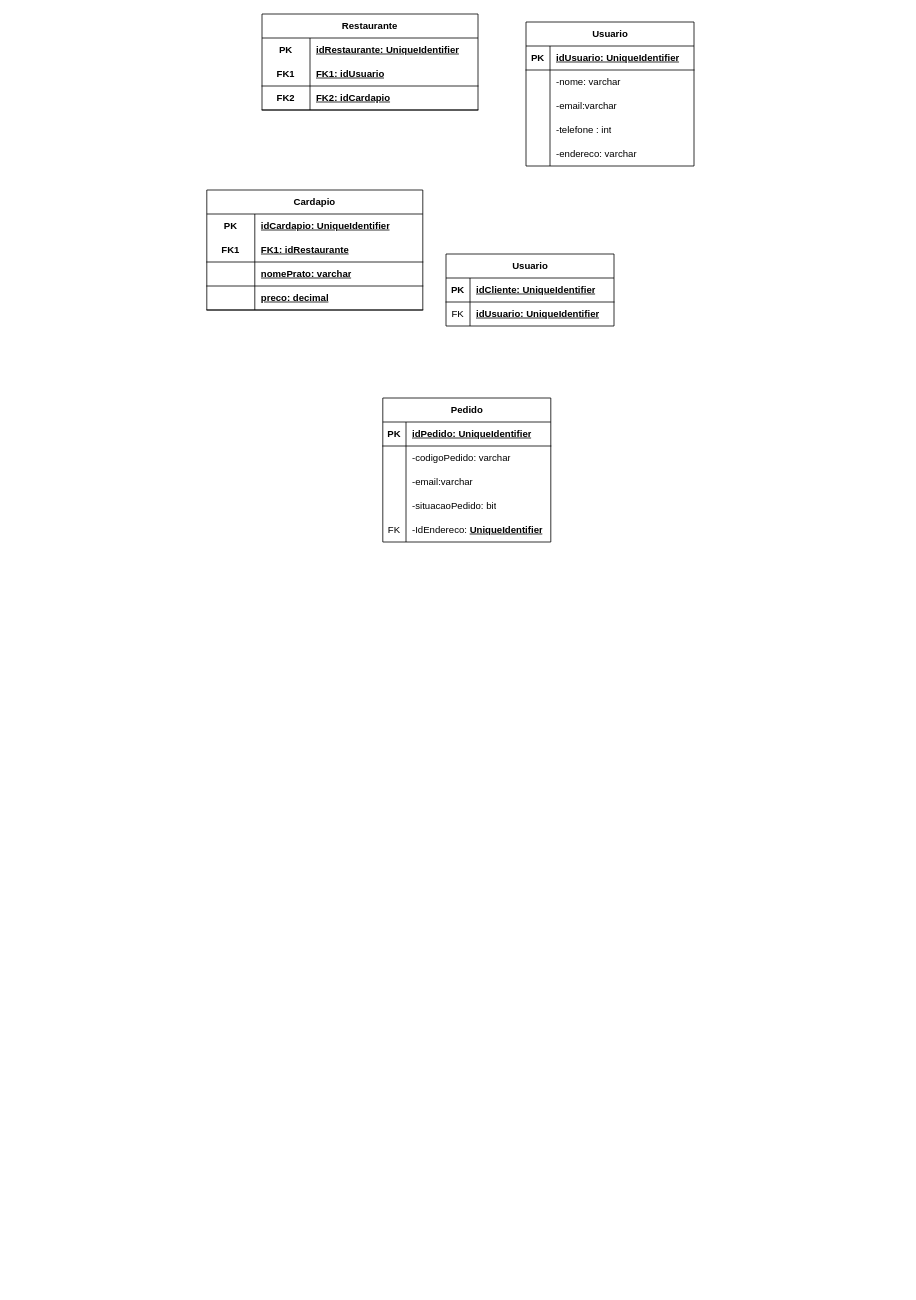
Earlier version of the draw.io diagram diagramaBancoDeDados.drawio (matheuslima15lima/DiagramasRequisitos). Source tidied: cells renumbered, new cells numbered last; positions are measured from the earlier drawing's top-left corner, leaving out a move shared by most shapes. Both pictures are drawn from the tidied source at 80%, with x=0, y=0 at pixel (206, 14).
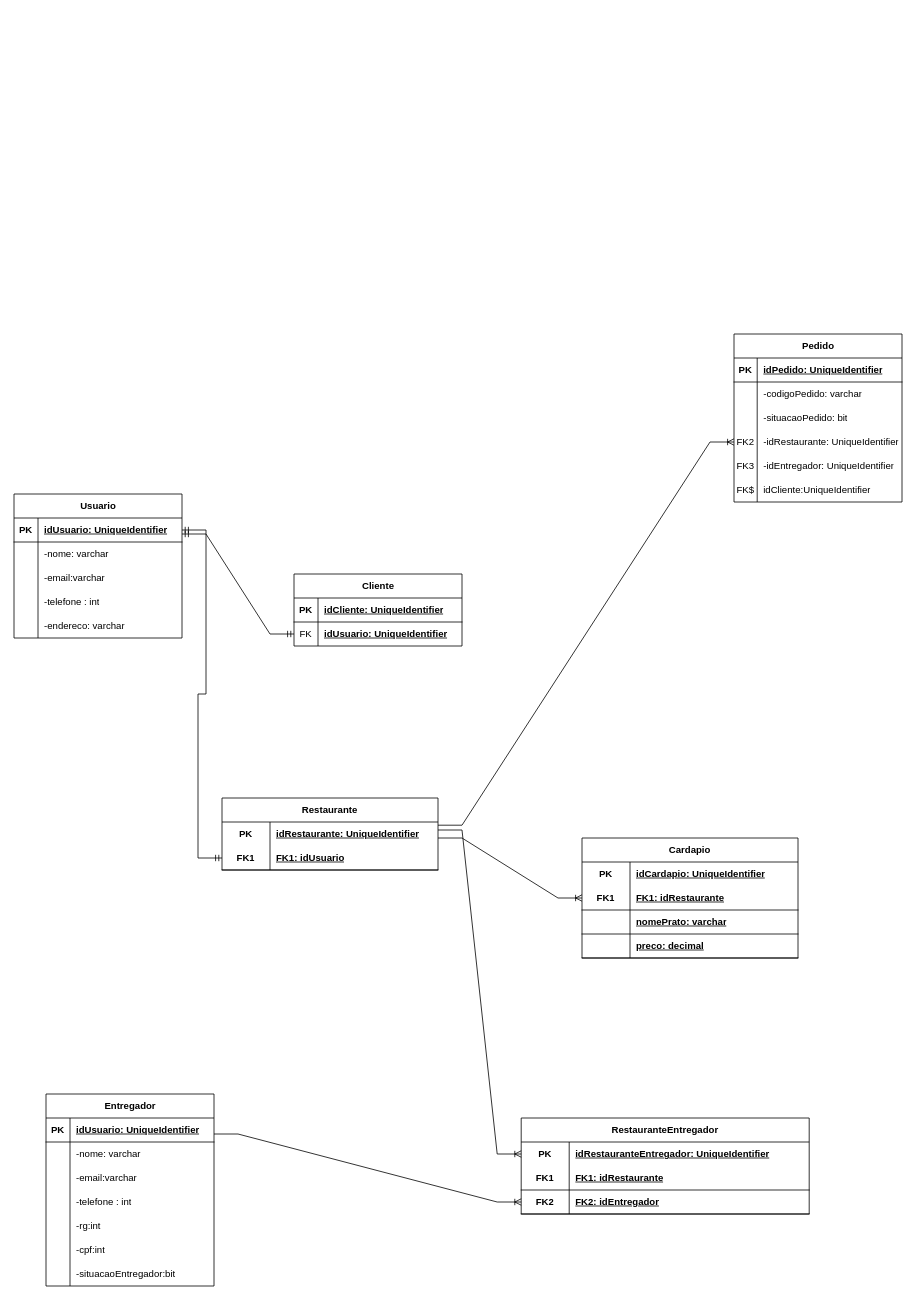
The same page after the edit.

Commit message (it also covers changes not shown here):
terminando o diagrama de entidade relacionameto

Unchanged cells that the change refers to:
```xml
<mxCell id="3" style="shape=tableRow;horizontal=0;startSize=0;swimlaneHead=0;swimlaneBody=0;fillColor=none;points=[[0,0.5],[1,0.5]];portConstraint=eastwest;top=0;left=0;right=0;bottom=1;" parent="2" vertex="1">
  <mxGeometry y="30" width="210" height="30" as="geometry" />
</mxCell>
<mxCell id="22" style="shape=tableRow;horizontal=0;startSize=0;swimlaneHead=0;swimlaneBody=0;fillColor=none;points=[[0,0.5],[1,0.5]];portConstraint=eastwest;top=0;left=0;right=0;bottom=1;html=1;" parent="18" vertex="1">
  <mxGeometry y="60" width="270" height="30" as="geometry" />
</mxCell>
<mxCell id="32" style="shape=tableRow;horizontal=0;startSize=0;swimlaneHead=0;swimlaneBody=0;fillColor=none;points=[[0,0.5],[1,0.5]];portConstraint=eastwest;top=0;left=0;right=0;bottom=0;" parent="28" vertex="1">
  <mxGeometry y="60" width="210" height="30" as="geometry" />
</mxCell>
<mxCell id="39" style="shape=tableRow;horizontal=0;startSize=0;swimlaneHead=0;swimlaneBody=0;fillColor=none;points=[[0,0.5],[1,0.5]];portConstraint=eastwest;top=0;left=0;right=0;bottom=1;html=1;" parent="35" vertex="1">
  <mxGeometry y="60" width="270" height="30" as="geometry" />
</mxCell>
```

What changed in the source:
```diff
@@
     <mxCell id="2" value="Usuario" style="shape=table;startSize=30;childLayout=tableLayout;rowLines=0;fontStyle=1;align=center;html=1;" parent="1" vertex="1">
-      <mxGeometry x="399" y="10" width="210" height="180" as="geometry" />
+      <mxGeometry x="-241" y="600" width="210" height="180" as="geometry" />
     </mxCell>
@@
     <mxCell id="18" value="Restaurante" style="shape=table;startSize=30;childLayout=tableLayout;rowLines=0;fontStyle=1;align=center;html=1;whiteSpace=wrap;" parent="1" vertex="1">
-      <mxGeometry x="69" width="270" height="120" as="geometry" />
+      <mxGeometry x="19" y="980" width="270" height="90" as="geometry" />
     </mxCell>
@@
-    <mxCell id="25" style="shape=tableRow;horizontal=0;startSize=0;swimlaneHead=0;swimlaneBody=0;fillColor=none;top=0;left=0;right=0;bottom=1;html=1;" parent="18" vertex="1">
-      <mxGeometry y="90" width="270" height="30" as="geometry" />
-    </mxCell>
-    <mxCell id="26" value="FK2" style="shape=partialRectangle;fillColor=none;top=0;left=0;bottom=0;right=0;fontStyle=1;overflow=hidden;html=1;whiteSpace=wrap;" parent="25" vertex="1">
-      <mxGeometry width="60" height="30" as="geometry" />
-    </mxCell>
-    <mxCell id="27" value="FK2: idCardapio" style="shape=partialRectangle;fillColor=none;top=0;left=0;bottom=0;right=0;align=left;spacingLeft=6;fontStyle=5;overflow=hidden;html=1;whiteSpace=wrap;" parent="25" vertex="1">
-      <mxGeometry x="60" width="210" height="30" as="geometry" />
-    </mxCell>
-    <mxCell id="28" value="Usuario" style="shape=table;startSize=30;childLayout=tableLayout;rowLines=0;fontStyle=1;align=center;html=1;" parent="1" vertex="1">
-      <mxGeometry x="299" y="300" width="210" height="90" as="geometry" />
+    <mxCell id="28" value="Cliente" style="shape=table;startSize=30;childLayout=tableLayout;rowLines=0;fontStyle=1;align=center;html=1;" parent="1" vertex="1">
+      <mxGeometry x="109" y="700" width="210" height="90" as="geometry" />
     </mxCell>
@@
     <mxCell id="35" value="Cardapio" style="shape=table;startSize=30;childLayout=tableLayout;rowLines=0;fontStyle=1;align=center;html=1;whiteSpace=wrap;" parent="1" vertex="1">
-      <mxGeometry y="220" width="270" height="150" as="geometry" />
+      <mxGeometry x="469" y="1030" width="270" height="150" as="geometry" />
     </mxCell>
@@
     <mxCell id="48" value="Pedido" style="shape=table;startSize=30;childLayout=tableLayout;rowLines=0;fontStyle=1;align=center;html=1;" parent="1" vertex="1">
-      <mxGeometry x="220" y="480" width="210" height="180" as="geometry" />
+      <mxGeometry x="659" y="400" width="210" height="210" as="geometry" />
     </mxCell>
@@
-    <mxCell id="55" style="shape=tableRow;horizontal=0;startSize=0;swimlaneHead=0;swimlaneBody=0;fillColor=none;top=0;left=0;right=0;bottom=0;" parent="48" vertex="1">
-      <mxGeometry y="90" width="210" height="30" as="geometry" />
-    </mxCell>
-    <mxCell id="56" style="shape=partialRectangle;fillColor=none;top=0;left=0;bottom=0;right=0;overflow=hidden;whiteSpace=wrap;html=1;" parent="55" vertex="1">
-      <mxGeometry width="29" height="30" as="geometry" />
-    </mxCell>
-    <mxCell id="57" value="-email:varchar" style="shape=partialRectangle;fillColor=none;top=0;left=0;bottom=0;right=0;align=left;spacingLeft=6;overflow=hidden;whiteSpace=wrap;html=1;" parent="55" vertex="1">
-      <mxGeometry x="29" width="181" height="30" as="geometry" />
-    </mxCell>
     <mxCell id="58" style="shape=tableRow;horizontal=0;startSize=0;swimlaneHead=0;swimlaneBody=0;fillColor=none;top=0;left=0;right=0;bottom=0;" parent="48" vertex="1">
-      <mxGeometry y="120" width="210" height="30" as="geometry" />
+      <mxGeometry y="90" width="210" height="30" as="geometry" />
     </mxCell>
@@
-    <mxCell id="61" style="shape=tableRow;horizontal=0;startSize=0;swimlaneHead=0;swimlaneBody=0;fillColor=none;top=0;left=0;right=0;bottom=0;" parent="48" vertex="1">
-      <mxGeometry y="150" width="210" height="30" as="geometry" />
-    </mxCell>
-    <mxCell id="62" value="FK" style="shape=partialRectangle;fillColor=none;top=0;left=0;bottom=0;right=0;overflow=hidden;whiteSpace=wrap;html=1;" parent="61" vertex="1">
-      <mxGeometry width="29" height="30" as="geometry" />
-    </mxCell>
-    <mxCell id="63" value="-IdEndereco:&amp;nbsp;&lt;span style=&quot;font-weight: 700; text-decoration-line: underline;&quot;&gt;UniqueIdentifier&lt;/span&gt;" style="shape=partialRectangle;fillColor=none;top=0;left=0;bottom=0;right=0;align=left;spacingLeft=6;overflow=hidden;whiteSpace=wrap;html=1;" parent="61" vertex="1">
-      <mxGeometry x="29" width="181" height="30" as="geometry" />
-    </mxCell>
+    <mxCell id="64" style="shape=tableRow;horizontal=0;startSize=0;swimlaneHead=0;swimlaneBody=0;fillColor=none;points=[[0,0.5],[1,0.5]];portConstraint=eastwest;top=0;left=0;right=0;bottom=0;" parent="48" vertex="1">
+      <mxGeometry y="120" width="210" height="30" as="geometry" />
+    </mxCell>
+    <mxCell id="65" value="FK2" style="shape=partialRectangle;fillColor=none;top=0;left=0;bottom=0;right=0;overflow=hidden;whiteSpace=wrap;html=1;" parent="64" vertex="1">
+      <mxGeometry width="29" height="30" as="geometry" />
+    </mxCell>
+    <mxCell id="66" value="-idRestaurante: UniqueIdentifier" style="shape=partialRectangle;fillColor=none;top=0;left=0;bottom=0;right=0;align=left;spacingLeft=6;overflow=hidden;whiteSpace=wrap;html=1;" parent="64" vertex="1">
+      <mxGeometry x="29" width="181" height="30" as="geometry" />
+    </mxCell>
+    <mxCell id="67" style="shape=tableRow;horizontal=0;startSize=0;swimlaneHead=0;swimlaneBody=0;fillColor=none;top=0;left=0;right=0;bottom=0;" parent="48" vertex="1">
+      <mxGeometry y="150" width="210" height="30" as="geometry" />
+    </mxCell>
+    <mxCell id="68" value="FK3" style="shape=partialRectangle;fillColor=none;top=0;left=0;bottom=0;right=0;overflow=hidden;whiteSpace=wrap;html=1;" parent="67" vertex="1">
+      <mxGeometry width="29" height="30" as="geometry" />
+    </mxCell>
+    <mxCell id="69" value="-idEntregador: UniqueIdentifier" style="shape=partialRectangle;fillColor=none;top=0;left=0;bottom=0;right=0;align=left;spacingLeft=6;overflow=hidden;whiteSpace=wrap;html=1;" parent="67" vertex="1">
+      <mxGeometry x="29" width="181" height="30" as="geometry" />
+    </mxCell>
+    <mxCell id="70" style="shape=tableRow;horizontal=0;startSize=0;swimlaneHead=0;swimlaneBody=0;fillColor=none;top=0;left=0;right=0;bottom=0;" parent="48" vertex="1">
+      <mxGeometry y="180" width="210" height="30" as="geometry" />
+    </mxCell>
+    <mxCell id="71" value="FK$" style="shape=partialRectangle;fillColor=none;top=0;left=0;bottom=0;right=0;overflow=hidden;whiteSpace=wrap;html=1;" parent="70" vertex="1">
+      <mxGeometry width="29" height="30" as="geometry" />
+    </mxCell>
+    <mxCell id="72" value="idCliente:UniqueIdentifier" style="shape=partialRectangle;fillColor=none;top=0;left=0;bottom=0;right=0;align=left;spacingLeft=6;overflow=hidden;whiteSpace=wrap;html=1;" parent="70" vertex="1">
+      <mxGeometry x="29" width="181" height="30" as="geometry" />
+    </mxCell>
+    <mxCell id="73" value="RestauranteEntregador" style="shape=table;startSize=30;childLayout=tableLayout;rowLines=0;fontStyle=1;align=center;html=1;whiteSpace=wrap;" parent="1" vertex="1">
+      <mxGeometry x="393" y="1380" width="360" height="120" as="geometry" />
+    </mxCell>
+    <mxCell id="74" style="shape=tableRow;horizontal=0;startSize=0;swimlaneHead=0;swimlaneBody=0;fillColor=none;points=[[0,0.5],[1,0.5]];portConstraint=eastwest;top=0;left=0;right=0;bottom=0;html=1;" parent="73" vertex="1">
+      <mxGeometry y="30" width="360" height="30" as="geometry" />
+    </mxCell>
+    <mxCell id="75" value="PK" style="shape=partialRectangle;fillColor=none;top=0;left=0;bottom=0;right=0;fontStyle=1;overflow=hidden;html=1;whiteSpace=wrap;" parent="74" vertex="1">
+      <mxGeometry width="60" height="30" as="geometry" />
+    </mxCell>
+    <mxCell id="76" value="idRestauranteEntregador: UniqueIdentifier" style="shape=partialRectangle;fillColor=none;top=0;left=0;bottom=0;right=0;align=left;spacingLeft=6;fontStyle=5;overflow=hidden;html=1;whiteSpace=wrap;" parent="74" vertex="1">
+      <mxGeometry x="60" width="300" height="30" as="geometry" />
+    </mxCell>
+    <mxCell id="77" style="shape=tableRow;horizontal=0;startSize=0;swimlaneHead=0;swimlaneBody=0;fillColor=none;top=0;left=0;right=0;bottom=1;html=1;" parent="73" vertex="1">
+      <mxGeometry y="60" width="360" height="30" as="geometry" />
+    </mxCell>
+    <mxCell id="78" value="FK1" style="shape=partialRectangle;fillColor=none;top=0;left=0;bottom=0;right=0;fontStyle=1;overflow=hidden;html=1;whiteSpace=wrap;" parent="77" vertex="1">
+      <mxGeometry width="60" height="30" as="geometry" />
+    </mxCell>
+    <mxCell id="79" value="FK1: idRestaurante" style="shape=partialRectangle;fillColor=none;top=0;left=0;bottom=0;right=0;align=left;spacingLeft=6;fontStyle=5;overflow=hidden;html=1;whiteSpace=wrap;" parent="77" vertex="1">
+      <mxGeometry x="60" width="300" height="30" as="geometry" />
+    </mxCell>
+    <mxCell id="80" style="shape=tableRow;horizontal=0;startSize=0;swimlaneHead=0;swimlaneBody=0;fillColor=none;points=[[0,0.5],[1,0.5]];portConstraint=eastwest;top=0;left=0;right=0;bottom=1;html=1;" parent="73" vertex="1">
+      <mxGeometry y="90" width="360" height="30" as="geometry" />
+    </mxCell>
+    <mxCell id="26" value="FK2" style="shape=partialRectangle;fillColor=none;top=0;left=0;bottom=0;right=0;fontStyle=1;overflow=hidden;html=1;whiteSpace=wrap;" parent="80" vertex="1">
+      <mxGeometry width="60" height="30" as="geometry" />
+    </mxCell>
+    <mxCell id="81" value="FK2: idEntregador" style="shape=partialRectangle;fillColor=none;top=0;left=0;bottom=0;right=0;align=left;spacingLeft=6;fontStyle=5;overflow=hidden;html=1;whiteSpace=wrap;" parent="80" vertex="1">
+      <mxGeometry x="60" width="300" height="30" as="geometry" />
+    </mxCell>
+    <mxCell id="82" style="edgeStyle=entityRelationEdgeStyle;fontSize=12;html=1;endArrow=ERmandOne;startArrow=ERmandOne;rounded=0;entryX=0;entryY=0.5;entryDx=0;entryDy=0;" parent="1" edge="1" target="32">
+      <mxGeometry relative="1" as="geometry">
+        <mxPoint x="-31" y="650" as="sourcePoint" />
+        <Array as="points">
+          <mxPoint x="-31" y="1000" />
+          <mxPoint x="109" y="640" />
+          <mxPoint x="79" y="880" />
+          <mxPoint x="39" y="870" />
+        </Array>
+      </mxGeometry>
+    </mxCell>
+    <mxCell id="83" style="edgeStyle=entityRelationEdgeStyle;fontSize=12;html=1;endArrow=ERmandOne;startArrow=ERmandOne;rounded=0;exitX=1;exitY=0.5;exitDx=0;exitDy=0;entryX=0;entryY=0.5;entryDx=0;entryDy=0;" parent="1" edge="1" source="3" target="22">
+      <mxGeometry relative="1" as="geometry">
+        <Array as="points">
+          <mxPoint x="-11" y="630" />
+          <mxPoint x="-21" y="1010" />
+          <mxPoint x="-131" y="370" />
+          <mxPoint x="119" y="650" />
+          <mxPoint x="89" y="890" />
+          <mxPoint x="49" y="880" />
+        </Array>
+      </mxGeometry>
+    </mxCell>
+    <mxCell id="84" style="edgeStyle=entityRelationEdgeStyle;fontSize=12;html=1;endArrow=ERoneToMany;rounded=0;entryX=0;entryY=0.5;entryDx=0;entryDy=0;" parent="1" edge="1" target="39">
+      <mxGeometry relative="1" as="geometry">
+        <mxPoint x="289" y="1030" as="sourcePoint" />
+        <Array as="points">
+          <mxPoint x="369" y="1030" />
+        </Array>
+      </mxGeometry>
+    </mxCell>
+    <mxCell id="85" style="edgeStyle=entityRelationEdgeStyle;fontSize=12;html=1;endArrow=ERoneToMany;rounded=0;entryX=0;entryY=0.5;entryDx=0;entryDy=0;" parent="1" edge="1" target="64">
+      <mxGeometry relative="1" as="geometry">
+        <mxPoint x="289" y="1014" as="sourcePoint" />
+        <Array as="points">
+          <mxPoint x="289" y="994" />
+          <mxPoint x="369" y="1014" />
+        </Array>
+      </mxGeometry>
+    </mxCell>
+    <mxCell id="86" value="Entregador" style="shape=table;startSize=30;childLayout=tableLayout;rowLines=0;fontStyle=1;align=center;html=1;" parent="1" vertex="1">
+      <mxGeometry x="-201" y="1350" width="210" height="240" as="geometry" />
+    </mxCell>
+    <mxCell id="87" style="shape=tableRow;horizontal=0;startSize=0;swimlaneHead=0;swimlaneBody=0;fillColor=none;top=0;left=0;right=0;bottom=1;" parent="86" vertex="1">
+      <mxGeometry y="30" width="210" height="30" as="geometry" />
+    </mxCell>
+    <mxCell id="88" value="PK" style="shape=partialRectangle;fillColor=none;top=0;left=0;bottom=0;right=0;fontStyle=1;overflow=hidden;whiteSpace=wrap;html=1;" parent="87" vertex="1">
+      <mxGeometry width="30" height="30" as="geometry" />
+    </mxCell>
+    <mxCell id="89" value="idUsuario: UniqueIdentifier" style="shape=partialRectangle;fillColor=none;top=0;left=0;bottom=0;right=0;align=left;spacingLeft=6;fontStyle=5;overflow=hidden;whiteSpace=wrap;html=1;" parent="87" vertex="1">
+      <mxGeometry x="30" width="180" height="30" as="geometry" />
+    </mxCell>
+    <mxCell id="90" style="shape=tableRow;horizontal=0;startSize=0;swimlaneHead=0;swimlaneBody=0;fillColor=none;top=0;left=0;right=0;bottom=0;" parent="86" vertex="1">
+      <mxGeometry y="60" width="210" height="30" as="geometry" />
+    </mxCell>
+    <mxCell id="91" style="shape=partialRectangle;fillColor=none;top=0;left=0;bottom=0;right=0;overflow=hidden;whiteSpace=wrap;html=1;" parent="90" vertex="1">
+      <mxGeometry width="30" height="30" as="geometry" />
+    </mxCell>
+    <mxCell id="92" value="-nome: varchar" style="shape=partialRectangle;fillColor=none;top=0;left=0;bottom=0;right=0;align=left;spacingLeft=6;overflow=hidden;whiteSpace=wrap;html=1;" parent="90" vertex="1">
+      <mxGeometry x="30" width="180" height="30" as="geometry" />
+    </mxCell>
+    <mxCell id="55" style="shape=tableRow;horizontal=0;startSize=0;swimlaneHead=0;swimlaneBody=0;fillColor=none;top=0;left=0;right=0;bottom=0;" parent="86" vertex="1">
+      <mxGeometry y="90" width="210" height="30" as="geometry" />
+    </mxCell>
+    <mxCell id="93" style="shape=partialRectangle;fillColor=none;top=0;left=0;bottom=0;right=0;overflow=hidden;whiteSpace=wrap;html=1;" parent="55" vertex="1">
+      <mxGeometry width="30" height="30" as="geometry" />
+    </mxCell>
+    <mxCell id="57" value="-email:varchar" style="shape=partialRectangle;fillColor=none;top=0;left=0;bottom=0;right=0;align=left;spacingLeft=6;overflow=hidden;whiteSpace=wrap;html=1;" parent="55" vertex="1">
+      <mxGeometry x="30" width="180" height="30" as="geometry" />
+    </mxCell>
+    <mxCell id="94" style="shape=tableRow;horizontal=0;startSize=0;swimlaneHead=0;swimlaneBody=0;fillColor=none;top=0;left=0;right=0;bottom=0;" parent="86" vertex="1">
+      <mxGeometry y="120" width="210" height="30" as="geometry" />
+    </mxCell>
+    <mxCell id="95" style="shape=partialRectangle;fillColor=none;top=0;left=0;bottom=0;right=0;overflow=hidden;whiteSpace=wrap;html=1;" parent="94" vertex="1">
+      <mxGeometry width="30" height="30" as="geometry" />
+    </mxCell>
+    <mxCell id="96" value="-telefone : int" style="shape=partialRectangle;fillColor=none;top=0;left=0;bottom=0;right=0;align=left;spacingLeft=6;overflow=hidden;whiteSpace=wrap;html=1;" parent="94" vertex="1">
+      <mxGeometry x="30" width="180" height="30" as="geometry" />
+    </mxCell>
+    <mxCell id="97" style="shape=tableRow;horizontal=0;startSize=0;swimlaneHead=0;swimlaneBody=0;fillColor=none;top=0;left=0;right=0;bottom=0;" parent="86" vertex="1">
+      <mxGeometry y="150" width="210" height="30" as="geometry" />
+    </mxCell>
+    <mxCell id="98" style="shape=partialRectangle;fillColor=none;top=0;left=0;bottom=0;right=0;overflow=hidden;whiteSpace=wrap;html=1;" parent="97" vertex="1">
+      <mxGeometry width="30" height="30" as="geometry" />
+    </mxCell>
+    <mxCell id="99" value="-rg:int" style="shape=partialRectangle;fillColor=none;top=0;left=0;bottom=0;right=0;align=left;spacingLeft=6;overflow=hidden;whiteSpace=wrap;html=1;" parent="97" vertex="1">
+      <mxGeometry x="30" width="180" height="30" as="geometry" />
+    </mxCell>
+    <mxCell id="100" style="shape=tableRow;horizontal=0;startSize=0;swimlaneHead=0;swimlaneBody=0;fillColor=none;top=0;left=0;right=0;bottom=0;" parent="86" vertex="1">
+      <mxGeometry y="180" width="210" height="30" as="geometry" />
+    </mxCell>
+    <mxCell id="101" style="shape=partialRectangle;fillColor=none;top=0;left=0;bottom=0;right=0;overflow=hidden;whiteSpace=wrap;html=1;" parent="100" vertex="1">
+      <mxGeometry width="30" height="30" as="geometry" />
+    </mxCell>
+    <mxCell id="102" value="-cpf:int" style="shape=partialRectangle;fillColor=none;top=0;left=0;bottom=0;right=0;align=left;spacingLeft=6;overflow=hidden;whiteSpace=wrap;html=1;" parent="100" vertex="1">
+      <mxGeometry x="30" width="180" height="30" as="geometry" />
+    </mxCell>
+    <mxCell id="103" style="shape=tableRow;horizontal=0;startSize=0;swimlaneHead=0;swimlaneBody=0;fillColor=none;top=0;left=0;right=0;bottom=0;" parent="86" vertex="1">
+      <mxGeometry y="210" width="210" height="30" as="geometry" />
+    </mxCell>
+    <mxCell id="104" style="shape=partialRectangle;fillColor=none;top=0;left=0;bottom=0;right=0;overflow=hidden;whiteSpace=wrap;html=1;" parent="103" vertex="1">
+      <mxGeometry width="30" height="30" as="geometry" />
+    </mxCell>
+    <mxCell id="105" value="-situacaoEntregador:bit" style="shape=partialRectangle;fillColor=none;top=0;left=0;bottom=0;right=0;align=left;spacingLeft=6;overflow=hidden;whiteSpace=wrap;html=1;" parent="103" vertex="1">
+      <mxGeometry x="30" width="180" height="30" as="geometry" />
+    </mxCell>
+    <mxCell id="106" style="edgeStyle=entityRelationEdgeStyle;fontSize=12;html=1;endArrow=ERoneToMany;rounded=0;fontFamily=Helvetica;fontColor=default;fontStyle=1;entryX=0;entryY=0.5;entryDx=0;entryDy=0;" parent="1" edge="1" target="80">
+      <mxGeometry relative="1" as="geometry">
+        <mxPoint x="9" y="1400" as="sourcePoint" />
+        <Array as="points">
+          <mxPoint x="279" y="1350" />
+          <mxPoint x="219" y="1360" />
+        </Array>
+      </mxGeometry>
+    </mxCell>
+    <mxCell id="107" style="edgeStyle=entityRelationEdgeStyle;fontSize=12;html=1;endArrow=ERoneToMany;rounded=0;fontFamily=Helvetica;fontColor=default;fontStyle=1;entryX=0;entryY=0.5;entryDx=0;entryDy=0;" parent="1" edge="1" target="74">
+      <mxGeometry relative="1" as="geometry">
+        <mxPoint x="289" y="1020" as="sourcePoint" />
+        <Array as="points">
+          <mxPoint x="229" y="960" />
+        </Array>
+      </mxGeometry>
+    </mxCell>
```
